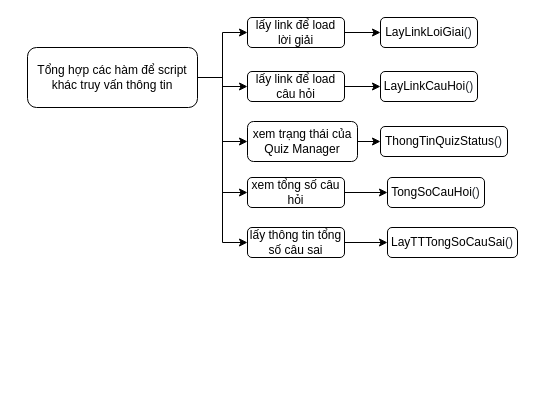
Earlier version of the draw.io diagram Scripts/GeneralUI/NewQuizManager.drawio (Nhonnguyenchi91/Testing). Source tidied: cells renumbered, new cells numbered last; positions are measured from the earlier drawing's top-left corner, leaving out a move shared by most shapes. Both pictures are drawn from the tidied source at 100%, with x=0, y=0 at pixel (27, 17).
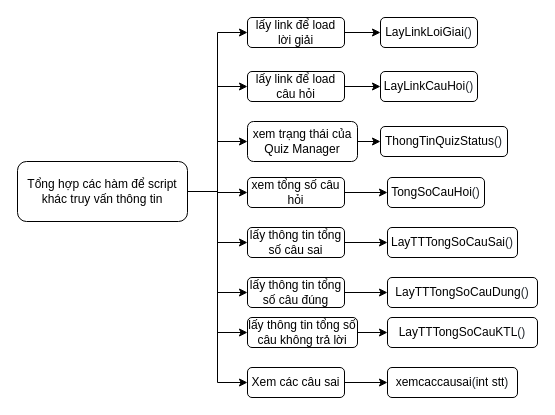
The same page after the edit.

Unchanged cells that the change refers to:
```xml
<mxCell id="9" value="lấy link để load lời giải" style="rounded=1;whiteSpace=wrap;html=1;" parent="1" vertex="1">
  <mxGeometry x="220" width="97" height="30" as="geometry" />
</mxCell>
```

What changed in the source:
```diff
@@
     <mxCell id="2" style="edgeStyle=orthogonalEdgeStyle;rounded=0;jettySize=auto;html=1;exitX=1;exitY=0.5;exitDx=0;exitDy=0;" parent="1" edge="1" source="7" target="9">
-      <mxGeometry relative="1" as="geometry" />
+      <mxGeometry relative="1" as="geometry">
+        <Array as="points">
+          <mxPoint x="190" y="174" />
+          <mxPoint x="190" y="15" />
+        </Array>
+      </mxGeometry>
     </mxCell>
@@
+    <mxCell id="23" style="edgeStyle=orthogonalEdgeStyle;rounded=0;jettySize=auto;html=1;entryX=0;entryY=0.5;entryDx=0;entryDy=0;" parent="1" edge="1" source="7" target="27">
+      <mxGeometry relative="1" as="geometry" />
+    </mxCell>
+    <mxCell id="24" style="edgeStyle=orthogonalEdgeStyle;rounded=0;jettySize=auto;html=1;entryX=0;entryY=0.5;entryDx=0;entryDy=0;" parent="1" edge="1" source="7" target="30">
+      <mxGeometry relative="1" as="geometry" />
+    </mxCell>
+    <mxCell id="25" style="edgeStyle=orthogonalEdgeStyle;rounded=0;jettySize=auto;html=1;exitX=1;exitY=0.5;exitDx=0;exitDy=0;entryX=0;entryY=0.5;entryDx=0;entryDy=0;" parent="1" edge="1" source="7" target="33">
+      <mxGeometry relative="1" as="geometry" />
+    </mxCell>
     <mxCell id="7" value="Tổng hợp các hàm để script khác truy vấn thông tin" style="rounded=1;whiteSpace=wrap;html=1;" parent="1" vertex="1">
-      <mxGeometry y="30" width="170" height="60" as="geometry" />
+      <mxGeometry x="-10" y="144" width="170" height="60" as="geometry" />
     </mxCell>
@@
+    <mxCell id="26" style="edgeStyle=orthogonalEdgeStyle;rounded=0;jettySize=auto;html=1;exitX=1;exitY=0.5;exitDx=0;exitDy=0;entryX=0;entryY=0.5;entryDx=0;entryDy=0;" parent="1" edge="1" source="27" target="28">
+      <mxGeometry relative="1" as="geometry" />
+    </mxCell>
+    <mxCell id="27" value="lấy thông tin tổng số câu đúng" style="rounded=1;whiteSpace=wrap;html=1;" parent="1" vertex="1">
+      <mxGeometry x="220" y="260" width="97" height="30" as="geometry" />
+    </mxCell>
+    <mxCell id="28" value="&lt;span class=&quot;pl-en&quot; style=&quot;box-sizing: border-box ; font-family: , , &amp;#34;sf mono&amp;#34; , &amp;#34;menlo&amp;#34; , &amp;#34;consolas&amp;#34; , &amp;#34;liberation mono&amp;#34; , monospace ; background-color: rgb(255 , 255 , 255)&quot;&gt;&lt;span class=&quot;pl-token&quot; style=&quot;box-sizing: border-box&quot;&gt;LayTTTongSoCauDung&lt;/span&gt;&lt;/span&gt;&lt;span style=&quot;color: rgb(36 , 41 , 47) ; font-family: , , &amp;#34;sf mono&amp;#34; , &amp;#34;menlo&amp;#34; , &amp;#34;consolas&amp;#34; , &amp;#34;liberation mono&amp;#34; , monospace ; background-color: rgb(255 , 255 , 255)&quot;&gt;()&lt;/span&gt;" style="rounded=1;whiteSpace=wrap;html=1;" parent="1" vertex="1">
+      <mxGeometry x="360" y="260" width="150" height="30" as="geometry" />
+    </mxCell>
+    <mxCell id="29" style="edgeStyle=orthogonalEdgeStyle;rounded=0;jettySize=auto;html=1;exitX=1;exitY=0.5;exitDx=0;exitDy=0;entryX=0;entryY=0.5;entryDx=0;entryDy=0;" parent="1" edge="1" source="30" target="31">
+      <mxGeometry relative="1" as="geometry" />
+    </mxCell>
+    <mxCell id="30" value="lấy thông tin tổng số câu không trả lời" style="rounded=1;whiteSpace=wrap;html=1;" parent="1" vertex="1">
+      <mxGeometry x="220" y="300" width="110" height="30" as="geometry" />
+    </mxCell>
+    <mxCell id="31" value="&lt;span class=&quot;pl-en&quot; style=&quot;box-sizing: border-box ; font-family: , , &amp;#34;sf mono&amp;#34; , &amp;#34;menlo&amp;#34; , &amp;#34;consolas&amp;#34; , &amp;#34;liberation mono&amp;#34; , monospace ; background-color: rgb(255 , 255 , 255)&quot;&gt;&lt;span class=&quot;pl-token&quot; style=&quot;box-sizing: border-box&quot;&gt;LayTTTongSoCauKTL&lt;/span&gt;&lt;/span&gt;&lt;span style=&quot;color: rgb(36 , 41 , 47) ; font-family: , , &amp;#34;sf mono&amp;#34; , &amp;#34;menlo&amp;#34; , &amp;#34;consolas&amp;#34; , &amp;#34;liberation mono&amp;#34; , monospace ; background-color: rgb(255 , 255 , 255)&quot;&gt;()&lt;/span&gt;" style="rounded=1;whiteSpace=wrap;html=1;" parent="1" vertex="1">
+      <mxGeometry x="360" y="300" width="150" height="30" as="geometry" />
+    </mxCell>
+    <mxCell id="32" style="edgeStyle=orthogonalEdgeStyle;rounded=0;jettySize=auto;html=1;exitX=1;exitY=0.5;exitDx=0;exitDy=0;entryX=0;entryY=0.5;entryDx=0;entryDy=0;" parent="1" edge="1" source="33" target="34">
+      <mxGeometry relative="1" as="geometry" />
+    </mxCell>
+    <mxCell id="33" value="Xem các câu sai" style="rounded=1;whiteSpace=wrap;html=1;" parent="1" vertex="1">
+      <mxGeometry x="220" y="350" width="97" height="30" as="geometry" />
+    </mxCell>
+    <mxCell id="34" value="&lt;span class=&quot;pl-en&quot; style=&quot;box-sizing: border-box ; font-family: , , &amp;#34;sf mono&amp;#34; , &amp;#34;menlo&amp;#34; , &amp;#34;consolas&amp;#34; , &amp;#34;liberation mono&amp;#34; , monospace ; background-color: rgb(255 , 255 , 255)&quot;&gt;&lt;span class=&quot;pl-token&quot; style=&quot;box-sizing: border-box&quot;&gt;xemcaccausai&lt;/span&gt;&lt;/span&gt;&lt;span style=&quot;color: rgb(36 , 41 , 47) ; font-family: , , &amp;#34;sf mono&amp;#34; , &amp;#34;menlo&amp;#34; , &amp;#34;consolas&amp;#34; , &amp;#34;liberation mono&amp;#34; , monospace ; background-color: rgb(255 , 255 , 255)&quot;&gt;(&lt;/span&gt;&lt;span class=&quot;pl-k&quot; style=&quot;box-sizing: border-box ; font-family: , , &amp;#34;sf mono&amp;#34; , &amp;#34;menlo&amp;#34; , &amp;#34;consolas&amp;#34; , &amp;#34;liberation mono&amp;#34; , monospace ; background-color: rgb(255 , 255 , 255)&quot;&gt;int&lt;/span&gt;&lt;span style=&quot;color: rgb(36 , 41 , 47) ; font-family: , , &amp;#34;sf mono&amp;#34; , &amp;#34;menlo&amp;#34; , &amp;#34;consolas&amp;#34; , &amp;#34;liberation mono&amp;#34; , monospace ; background-color: rgb(255 , 255 , 255)&quot;&gt; &lt;/span&gt;&lt;span class=&quot;pl-en&quot; style=&quot;box-sizing: border-box ; font-family: , , &amp;#34;sf mono&amp;#34; , &amp;#34;menlo&amp;#34; , &amp;#34;consolas&amp;#34; , &amp;#34;liberation mono&amp;#34; , monospace ; background-color: rgb(255 , 255 , 255)&quot;&gt;stt&lt;/span&gt;&lt;span style=&quot;color: rgb(36 , 41 , 47) ; font-family: , , &amp;#34;sf mono&amp;#34; , &amp;#34;menlo&amp;#34; , &amp;#34;consolas&amp;#34; , &amp;#34;liberation mono&amp;#34; , monospace ; background-color: rgb(255 , 255 , 255)&quot;&gt;)&lt;/span&gt;" style="rounded=1;whiteSpace=wrap;html=1;" parent="1" vertex="1">
+      <mxGeometry x="360" y="350" width="130" height="30" as="geometry" />
+    </mxCell>
```
